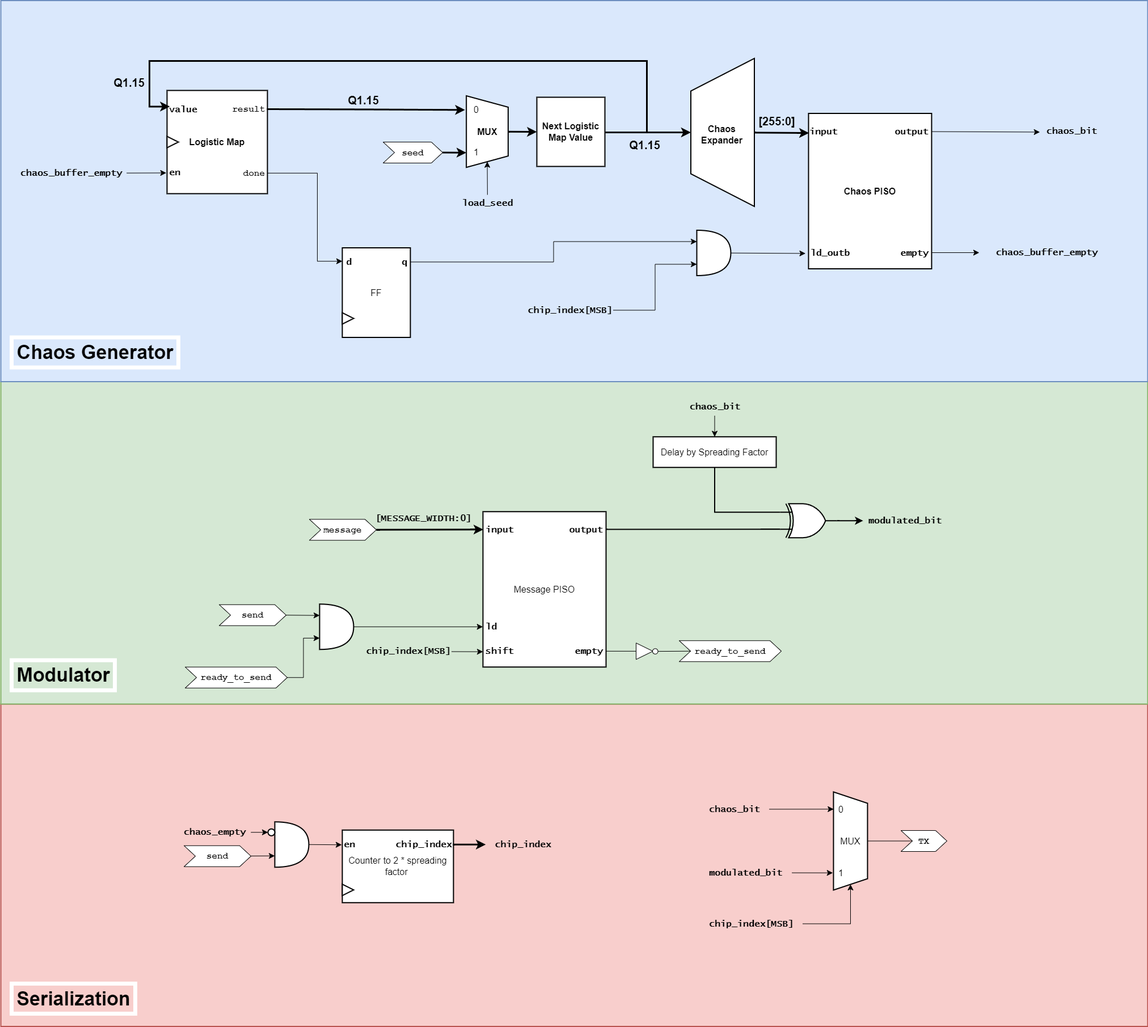
Above: diagrams/Top Level/modulator.png in OmarAmer01/DCSK (draw.io), before the change. Source tidied: cells renumbered, new cells last; positions are measured from the earlier drawing's top-left corner, leaving out a move shared by most shapes.
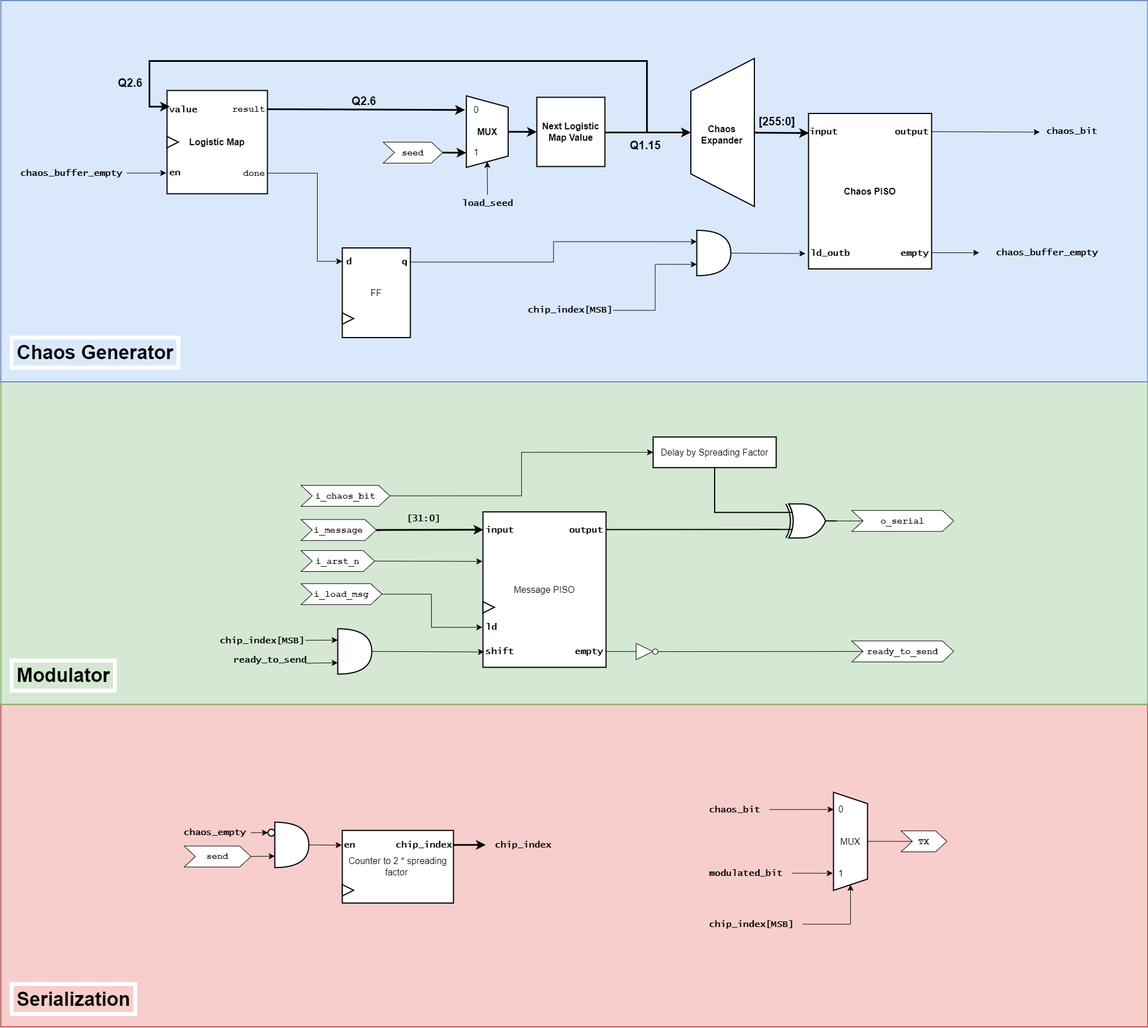
The same file after the commit.

What changed in the source:
```diff
@@ -30,7 +30,7 @@
         </Array>
       </mxGeometry>
     </mxCell>
-    <mxCell id="8" value="Q1.15" style="edgeLabel;html=1;align=center;verticalAlign=middle;fontSize=20;labelBackgroundColor=#dae8fc;fontStyle=1;" parent="7" vertex="1">
+    <mxCell id="8" value="Q2.6" style="edgeLabel;html=1;align=center;verticalAlign=middle;fontSize=20;labelBackgroundColor=#dae8fc;fontStyle=1;" parent="7" vertex="1">
       <mxGeometry x="-0.32" relative="1" as="geometry">
         <mxPoint x="-321" y="37" as="offset" />
       </mxGeometry>
@@ -260,7 +260,7 @@
       <mxGeometry y="217" width="167" height="31" as="geometry" />
     </mxCell>
     <mxCell id="78" style="group;" parent="1" vertex="1">
-      <mxGeometry x="325" y="700.8" width="1343" height="512" as="geometry" />
+      <mxGeometry x="325" y="700.8" width="1355" height="512" as="geometry" />
     </mxCell>
     <mxCell id="79" value="Message PISO" style="rounded=0;whiteSpace=wrap;html=1;fontSize=16;strokeWidth=2;" parent="78" vertex="1">
       <mxGeometry x="525" y="201" width="217" height="274" as="geometry" />
@@ -286,46 +286,32 @@
     <mxCell id="86" style="edgeStyle=none;curved=1;rounded=0;jettySize=auto;html=1;fontSize=12;startSize=8;endSize=8;strokeWidth=3;entryX=0.003;entryY=0.115;entryDx=0;entryDy=0;entryPerimeter=0;" parent="78" edge="1" source="87" target="79">
       <mxGeometry relative="1" as="geometry" />
     </mxCell>
-    <mxCell id="87" value="&lt;b&gt;&lt;font face=&quot;Courier New&quot;&gt;message&lt;/font&gt;&lt;/b&gt;" style="shape=step;perimeter=stepPerimeter;whiteSpace=wrap;html=1;fixedSize=1;fontSize=16;" parent="78" vertex="1">
-      <mxGeometry x="219" y="214.5" width="118" height="37" as="geometry" />
+    <mxCell id="87" value="&lt;b&gt;&lt;font face=&quot;Courier New&quot;&gt;i_message&lt;/font&gt;&lt;/b&gt;" style="shape=step;perimeter=stepPerimeter;whiteSpace=wrap;html=1;fixedSize=1;fontSize=16;" parent="78" vertex="1">
+      <mxGeometry x="204" y="214.5" width="133" height="37" as="geometry" />
     </mxCell>
-    <mxCell id="88" value="&lt;b&gt;&lt;font face=&quot;Courier New&quot;&gt;send&lt;/font&gt;&lt;/b&gt;" style="shape=step;perimeter=stepPerimeter;whiteSpace=wrap;html=1;fixedSize=1;fontSize=16;" parent="78" vertex="1">
-      <mxGeometry x="60" y="365" width="118" height="37" as="geometry" />
+    <mxCell id="88" value="&lt;b&gt;&lt;font face=&quot;Courier New&quot;&gt;i_load_msg&lt;/font&gt;&lt;/b&gt;" style="shape=step;perimeter=stepPerimeter;whiteSpace=wrap;html=1;fixedSize=1;fontSize=16;" parent="78" vertex="1">
+      <mxGeometry x="204" y="327.5" width="143" height="37" as="geometry" />
     </mxCell>
     <mxCell id="89" value="Delay by Spreading Factor" style="rounded=0;whiteSpace=wrap;html=1;fontSize=16;strokeWidth=2;" parent="78" vertex="1">
       <mxGeometry x="825" y="69" width="217" height="54" as="geometry" />
     </mxCell>
+    <mxCell id="114" style="edgeStyle=none;curved=1;rounded=0;jettySize=auto;html=1;exitX=1;exitY=0.5;exitDx=0;exitDy=0;exitPerimeter=0;entryX=0;entryY=0.5;entryDx=0;entryDy=0;fontSize=12;startSize=8;endSize=8;endArrow=none;endFill=0;" parent="78" edge="1" source="90" target="119">
+      <mxGeometry relative="1" as="geometry" />
+    </mxCell>
     <mxCell id="90" style="verticalLabelPosition=bottom;shadow=0;dashed=0;align=center;html=1;verticalAlign=top;shape=mxgraph.electrical.logic_gates.logic_gate;operation=xor;fontSize=16;strokeWidth=2;" parent="78" vertex="1">
       <mxGeometry x="1049" y="187" width="100" height="60" as="geometry" />
     </mxCell>
-    <mxCell id="91" style="edgeStyle=none;curved=1;rounded=0;jettySize=auto;html=1;entryX=0.5;entryY=0;entryDx=0;entryDy=0;fontSize=12;startSize=8;endSize=8;" parent="78" edge="1" source="92" target="89">
-      <mxGeometry relative="1" as="geometry" />
-    </mxCell>
-    <mxCell id="92" value="&lt;b&gt;&lt;font face=&quot;Lucida Console&quot;&gt;chaos_bit&lt;/font&gt;&lt;/b&gt;" style="text;html=1;align=center;verticalAlign=middle;points=[];strokeColor=none;fillColor=none;fontSize=16;" parent="78" vertex="1">
-      <mxGeometry x="879.5" width="108" height="32" as="geometry" />
-    </mxCell>
     <mxCell id="93" style="edgeStyle=none;curved=1;rounded=0;jettySize=auto;html=1;entryX=0;entryY=0.75;entryDx=0;entryDy=0;entryPerimeter=0;fontSize=12;startSize=8;endSize=8;exitX=1.002;exitY=0.114;exitDx=0;exitDy=0;exitPerimeter=0;endArrow=none;endFill=0;strokeWidth=2;" parent="78" edge="1" source="79" target="90">
       <mxGeometry relative="1" as="geometry" />
     </mxCell>
     <mxCell id="94" style="edgeStyle=orthogonalEdgeStyle;rounded=0;jettySize=auto;html=1;exitX=0.5;exitY=1;exitDx=0;exitDy=0;entryX=0;entryY=0.25;entryDx=0;entryDy=0;entryPerimeter=0;fontSize=12;startSize=8;endSize=8;endArrow=none;endFill=0;strokeWidth=2;" parent="78" edge="1" source="89" target="90">
       <mxGeometry relative="1" as="geometry" />
     </mxCell>
-    <mxCell id="95" value="&lt;b&gt;&lt;font face=&quot;Lucida Console&quot;&gt;modulated_bit&lt;/font&gt;&lt;/b&gt;" style="text;html=1;align=center;verticalAlign=middle;points=[];strokeColor=none;fillColor=none;fontSize=16;" parent="78" vertex="1">
-      <mxGeometry x="1195" y="201" width="148" height="32" as="geometry" />
-    </mxCell>
-    <mxCell id="96" style="edgeStyle=none;curved=1;rounded=0;jettySize=auto;html=1;exitX=1;exitY=0.5;exitDx=0;exitDy=0;exitPerimeter=0;fontSize=12;startSize=8;endSize=8;strokeWidth=2;" parent="78" edge="1" source="90" target="95">
-      <mxGeometry relative="1" as="geometry" />
-    </mxCell>
     <mxCell id="97" value="&lt;b&gt;&lt;font&gt;chip_index[MSB]&lt;/font&gt;&lt;/b&gt;" style="text;html=1;align=right;verticalAlign=middle;points=[];strokeColor=none;fillColor=none;fontSize=16;fontFamily=Lucida Console;" parent="78" vertex="1">
-      <mxGeometry x="303" y="432" width="167" height="31" as="geometry" />
+      <mxGeometry x="45" y="412.2" width="167" height="31" as="geometry" />
     </mxCell>
-    <mxCell id="98" style="edgeStyle=none;curved=1;rounded=0;jettySize=auto;html=1;fontSize=12;startSize=8;endSize=8;" parent="78" edge="1" source="97">
-      <mxGeometry relative="1" as="geometry">
-        <mxPoint x="525" y="448" as="targetPoint" />
-      </mxGeometry>
-    </mxCell>
     <mxCell id="99" value="&lt;b&gt;&lt;font face=&quot;Courier New&quot;&gt;ready_to_send&lt;/font&gt;&lt;/b&gt;" style="shape=step;perimeter=stepPerimeter;whiteSpace=wrap;html=1;fixedSize=1;fontSize=16;" parent="78" vertex="1">
-      <mxGeometry x="871" y="428.5" width="180" height="37" as="geometry" />
+      <mxGeometry x="1175" y="428.5" width="180" height="37" as="geometry" />
     </mxCell>
     <mxCell id="100" style="group;fontSize=16;rotation=-90;" parent="78" vertex="1">
       <mxGeometry x="800" y="427.6" width="29" height="38.8" as="geometry" />
@@ -339,21 +325,30 @@
     <mxCell id="103" style="edgeStyle=none;curved=1;rounded=0;jettySize=auto;html=1;exitX=0.5;exitY=1;exitDx=0;exitDy=0;entryX=0;entryY=0.5;entryDx=0;entryDy=0;fontSize=12;startSize=8;endSize=8;endArrow=none;endFill=0;" parent="78" edge="1" source="102" target="99">
       <mxGeometry relative="1" as="geometry" />
     </mxCell>
-    <mxCell id="104" style="shape=or;whiteSpace=wrap;html=1;fontSize=16;strokeWidth=2;" parent="78" vertex="1">
-      <mxGeometry x="237" y="364" width="60" height="80" as="geometry" />
-    </mxCell>
-    <mxCell id="105" style="edgeStyle=none;curved=1;rounded=0;jettySize=auto;html=1;entryX=-0.001;entryY=0.741;entryDx=0;entryDy=0;entryPerimeter=0;fontSize=12;startSize=8;endSize=8;" parent="78" edge="1" source="104" target="79">
-      <mxGeometry relative="1" as="geometry" />
-    </mxCell>
-    <mxCell id="106" style="edgeStyle=none;curved=1;rounded=0;jettySize=auto;html=1;exitX=1;exitY=0.5;exitDx=0;exitDy=0;entryX=0;entryY=0.25;entryDx=0;entryDy=0;entryPerimeter=0;fontSize=12;startSize=8;endSize=8;" parent="78" edge="1" source="88" target="104">
-      <mxGeometry relative="1" as="geometry" />
+    <mxCell id="106" style="edgeStyle=orthogonalEdgeStyle;rounded=0;jettySize=auto;html=1;exitX=1;exitY=0.5;exitDx=0;exitDy=0;entryX=0;entryY=0.25;entryDx=0;entryDy=0;entryPerimeter=0;fontSize=12;startSize=8;endSize=8;" parent="78" edge="1" source="88">
+      <mxGeometry relative="1" as="geometry">
+        <mxPoint x="524" y="404.5" as="targetPoint" />
+        <Array as="points">
+          <mxPoint x="434" y="346" />
+          <mxPoint x="434" y="405" />
+        </Array>
+      </mxGeometry>
     </mxCell>
-    <mxCell id="107" value="&lt;b&gt;&lt;font face=&quot;Courier New&quot;&gt;ready_to_send&lt;/font&gt;&lt;/b&gt;" style="shape=step;perimeter=stepPerimeter;whiteSpace=wrap;html=1;fixedSize=1;fontSize=16;" parent="78" vertex="1">
-      <mxGeometry y="475" width="180" height="37" as="geometry" />
-    </mxCell>
-    <mxCell id="108" style="edgeStyle=orthogonalEdgeStyle;rounded=0;jettySize=auto;html=1;exitX=1;exitY=0.5;exitDx=0;exitDy=0;entryX=0;entryY=0.75;entryDx=0;entryDy=0;entryPerimeter=0;fontSize=12;startSize=8;endSize=8;" parent="78" edge="1" source="107" target="104">
-      <mxGeometry relative="1" as="geometry" />
-    </mxCell>
+    <mxCell id="115" style="shape=or;whiteSpace=wrap;html=1;fontSize=16;strokeWidth=2;" parent="78" vertex="1">
+      <mxGeometry x="269" y="407" width="60" height="80" as="geometry" />
+    </mxCell>
+    <mxCell id="116" style="edgeStyle=none;curved=1;rounded=0;jettySize=auto;html=1;entryX=0;entryY=0.25;entryDx=0;entryDy=0;entryPerimeter=0;fontSize=12;startSize=8;endSize=8;" parent="78" edge="1" source="97" target="115">
+      <mxGeometry relative="1" as="geometry" />
+    </mxCell>
+    <mxCell id="117" style="edgeStyle=none;curved=1;rounded=0;jettySize=auto;html=1;exitX=1;exitY=0.5;exitDx=0;exitDy=0;exitPerimeter=0;entryX=-0.016;entryY=0.528;entryDx=0;entryDy=0;entryPerimeter=0;fontSize=12;startSize=8;endSize=8;" parent="78" edge="1" source="115" target="85">
+      <mxGeometry relative="1" as="geometry" />
+    </mxCell>
+    <mxCell id="118" style="triangle;whiteSpace=wrap;html=1;fontSize=16;strokeWidth=2;" parent="78" vertex="1">
+      <mxGeometry x="525" y="359.2" width="20" height="20" as="geometry" />
+    </mxCell>
+    <mxCell id="119" value="&lt;b&gt;&lt;font face=&quot;Courier New&quot;&gt;o_serial&lt;/font&gt;&lt;/b&gt;" style="shape=step;perimeter=stepPerimeter;whiteSpace=wrap;html=1;fixedSize=1;fontSize=16;" parent="78" vertex="1">
+      <mxGeometry x="1175" y="198.5" width="180" height="37" as="geometry" />
+    </mxCell>
     <mxCell id="109" value="&lt;font style=&quot;font-size: 34px;&quot;&gt;Serialization&lt;/font&gt;" style="text;html=1;align=center;verticalAlign=middle;strokeColor=#FFFFFF;fillColor=none;fontSize=16;strokeWidth=7;perimeterSpacing=0;fontStyle=1;" parent="1" vertex="1">
       <mxGeometry x="19" y="1734" width="218" height="53" as="geometry" />
     </mxCell>
@@ -363,11 +358,31 @@
     <mxCell id="111" value="&lt;font style=&quot;font-size: 20px;&quot;&gt;[255:0]&lt;/font&gt;" style="text;html=1;align=center;verticalAlign=middle;strokeColor=none;fillColor=none;fontSize=16;fontStyle=1;" parent="1" vertex="1">
       <mxGeometry x="1327" y="195" width="82" height="36" as="geometry" />
     </mxCell>
-    <mxCell id="112" value="Q1.15" style="edgeLabel;html=1;align=center;verticalAlign=middle;fontSize=20;labelBackgroundColor=#dae8fc;fontStyle=1;" parent="1" vertex="1">
+    <mxCell id="112" value="Q2.6" style="edgeLabel;html=1;align=center;verticalAlign=middle;fontSize=20;labelBackgroundColor=#dae8fc;fontStyle=1;" parent="1" vertex="1">
       <mxGeometry x="639" y="175.5" as="geometry" />
     </mxCell>
-    <mxCell id="113" value="&lt;b&gt;&lt;font face=&quot;Lucida Console&quot;&gt;[MESSAGE_WIDTH:0]&lt;/font&gt;&lt;/b&gt;" style="text;html=1;align=center;verticalAlign=middle;strokeColor=none;fillColor=none;fontSize=16;" parent="1" vertex="1">
-      <mxGeometry x="651" y="898" width="187" height="32" as="geometry" />
+    <mxCell id="113" value="&lt;b&gt;&lt;font face=&quot;Lucida Console&quot;&gt;[31:0]&lt;/font&gt;&lt;/b&gt;" style="text;html=1;align=center;verticalAlign=middle;strokeColor=none;fillColor=none;fontSize=16;" parent="1" vertex="1">
+      <mxGeometry x="706" y="898" width="78" height="32" as="geometry" />
     </mxCell>
+    <mxCell id="107" value="&lt;span style=&quot;border-color: var(--border-color); color: rgb(0, 0, 0); font-size: 16px; font-style: normal; font-variant-ligatures: normal; font-variant-caps: normal; letter-spacing: normal; orphans: 2; text-align: center; text-indent: 0px; text-transform: none; widows: 2; word-spacing: 0px; -webkit-text-stroke-width: 0px; text-decoration-thickness: initial; text-decoration-style: initial; text-decoration-color: initial;&quot;&gt;&lt;font style=&quot;border-color: var(--border-color);&quot;&gt;ready_to_send&lt;/font&gt;&lt;/span&gt;" style="text;whiteSpace=wrap;html=1;fontSize=16;labelBackgroundColor=none;fontStyle=1;fontFamily=Lucida Console;" parent="1" vertex="1">
+      <mxGeometry x="408" y="1147" width="129" height="43" as="geometry" />
+    </mxCell>
+    <mxCell id="120" value="&lt;b&gt;&lt;font face=&quot;Courier New&quot;&gt;i_arst_n&lt;/font&gt;&lt;/b&gt;" style="shape=step;perimeter=stepPerimeter;whiteSpace=wrap;html=1;fixedSize=1;fontSize=16;" parent="1" vertex="1">
+      <mxGeometry x="529" y="970" width="130" height="37" as="geometry" />
+    </mxCell>
+    <mxCell id="121" style="edgeStyle=none;curved=1;rounded=0;jettySize=auto;html=1;exitX=1;exitY=0.5;exitDx=0;exitDy=0;fontSize=12;startSize=8;endSize=8;" parent="1" edge="1" source="120">
+      <mxGeometry relative="1" as="geometry">
+        <mxPoint x="849" y="989" as="targetPoint" />
+      </mxGeometry>
+    </mxCell>
+    <mxCell id="122" style="edgeStyle=none;curved=1;rounded=0;jettySize=auto;html=1;exitX=1;exitY=0.5;exitDx=0;exitDy=0;entryX=0;entryY=0.75;entryDx=0;entryDy=0;entryPerimeter=0;fontSize=12;startSize=8;endSize=8;" parent="1" edge="1" source="107" target="115">
+      <mxGeometry relative="1" as="geometry" />
+    </mxCell>
+    <mxCell id="123" style="edgeStyle=orthogonalEdgeStyle;rounded=0;jettySize=auto;html=1;exitX=1;exitY=0.5;exitDx=0;exitDy=0;entryX=0;entryY=0.5;entryDx=0;entryDy=0;fontSize=12;startSize=8;endSize=8;" parent="1" edge="1" source="124" target="89">
+      <mxGeometry relative="1" as="geometry" />
+    </mxCell>
+    <mxCell id="124" value="&lt;b&gt;&lt;font face=&quot;Courier New&quot;&gt;i_chaos_bit&lt;/font&gt;&lt;/b&gt;" style="shape=step;perimeter=stepPerimeter;whiteSpace=wrap;html=1;fixedSize=1;fontSize=16;" parent="1" vertex="1">
+      <mxGeometry x="529" y="855" width="157" height="37" as="geometry" />
+    </mxCell>
   </root>
 </mxGraphModel>
```
